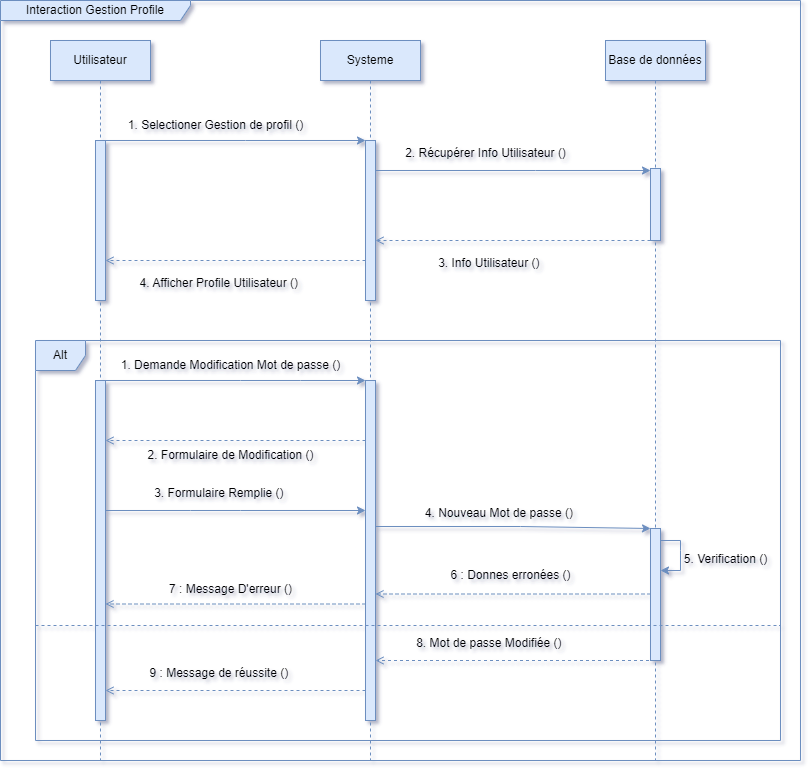
The draw.io diagram diagrammes/Diagramme Gestion Profile.drawio.png in AmineLadrem/Tracking-Containers, before a commit. Source tidied: cells renumbered, new cells last; positions are measured from the earlier drawing's top-left corner, leaving out a move shared by most shapes.
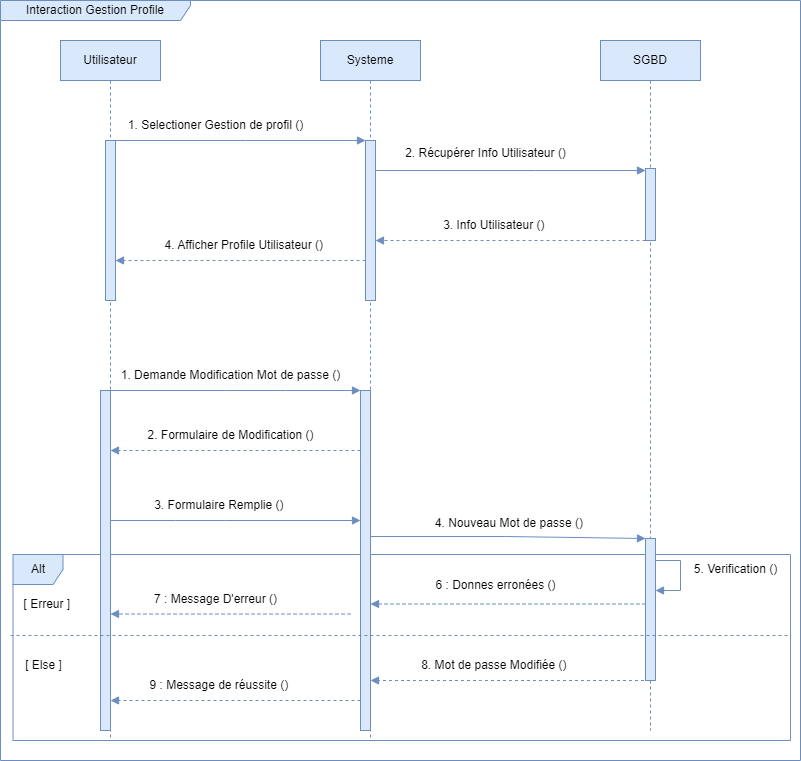
Above is the later version.

The edit, as a diff of the source:
```diff
@@ -9,37 +9,37 @@
       <mxGeometry x="115" y="110" width="200" height="30" as="geometry" />
     </mxCell>
     <mxCell id="4" value="3. Info Utilisateur ()&amp;nbsp;" style="text;html=1;align=center;verticalAlign=middle;strokeColor=none;fillColor=none;" parent="2" vertex="1">
-      <mxGeometry x="425" y="248" width="130" height="30" as="geometry" />
+      <mxGeometry x="430" y="210" width="130" height="30" as="geometry" />
     </mxCell>
     <mxCell id="5" value="4. Afficher Profile Utilisateur ()&amp;nbsp;" style="text;html=1;align=center;verticalAlign=middle;strokeColor=none;fillColor=none;" parent="2" vertex="1">
-      <mxGeometry x="125" y="268" width="190" height="30" as="geometry" />
+      <mxGeometry x="150" y="230" width="190" height="30" as="geometry" />
     </mxCell>
     <mxCell id="6" value="Utilisateur" style="shape=umlLifeline;perimeter=lifelinePerimeter;whiteSpace=wrap;html=1;newEdgeStyle={&quot;edgeStyle&quot;:&quot;elbowEdgeStyle&quot;,&quot;elbow&quot;:&quot;vertical&quot;,&quot;curved&quot;:0,&quot;rounded&quot;:0};fillColor=#dae8fc;strokeColor=#6c8ebf;" parent="2" vertex="1">
-      <mxGeometry x="50" y="40" width="100" height="720" as="geometry" />
+      <mxGeometry x="60" y="40" width="100" height="700" as="geometry" />
     </mxCell>
     <mxCell id="7" style="html=1;points=[];perimeter=orthogonalPerimeter;outlineConnect=0;targetShapes=umlLifeline;portConstraint=eastwest;newEdgeStyle={&quot;edgeStyle&quot;:&quot;elbowEdgeStyle&quot;,&quot;elbow&quot;:&quot;vertical&quot;,&quot;curved&quot;:0,&quot;rounded&quot;:0};fillColor=#dae8fc;strokeColor=#6c8ebf;" parent="6" vertex="1">
       <mxGeometry x="45" y="100" width="10" height="160" as="geometry" />
     </mxCell>
     <mxCell id="8" value="Systeme" style="shape=umlLifeline;perimeter=lifelinePerimeter;whiteSpace=wrap;html=1;newEdgeStyle={&quot;edgeStyle&quot;:&quot;elbowEdgeStyle&quot;,&quot;elbow&quot;:&quot;vertical&quot;,&quot;curved&quot;:0,&quot;rounded&quot;:0};fillColor=#dae8fc;strokeColor=#6c8ebf;" parent="2" vertex="1">
-      <mxGeometry x="320" y="40" width="100" height="720" as="geometry" />
+      <mxGeometry x="320" y="40" width="100" height="700" as="geometry" />
     </mxCell>
     <mxCell id="9" style="html=1;points=[];perimeter=orthogonalPerimeter;outlineConnect=0;targetShapes=umlLifeline;portConstraint=eastwest;newEdgeStyle={&quot;edgeStyle&quot;:&quot;elbowEdgeStyle&quot;,&quot;elbow&quot;:&quot;vertical&quot;,&quot;curved&quot;:0,&quot;rounded&quot;:0};fillColor=#dae8fc;strokeColor=#6c8ebf;" parent="8" vertex="1">
       <mxGeometry x="45" y="100" width="10" height="160" as="geometry" />
     </mxCell>
-    <mxCell id="10" value="Base de données" style="shape=umlLifeline;perimeter=lifelinePerimeter;whiteSpace=wrap;html=1;outlineConnect=0;portConstraint=eastwest;newEdgeStyle={&quot;edgeStyle&quot;:&quot;elbowEdgeStyle&quot;,&quot;elbow&quot;:&quot;vertical&quot;,&quot;curved&quot;:0,&quot;rounded&quot;:0};fillColor=#dae8fc;strokeColor=#6c8ebf;" parent="2" vertex="1">
-      <mxGeometry x="605" y="40" width="100" height="720" as="geometry" />
+    <mxCell id="10" value="SGBD" style="shape=umlLifeline;perimeter=lifelinePerimeter;whiteSpace=wrap;html=1;outlineConnect=0;portConstraint=eastwest;newEdgeStyle={&quot;edgeStyle&quot;:&quot;elbowEdgeStyle&quot;,&quot;elbow&quot;:&quot;vertical&quot;,&quot;curved&quot;:0,&quot;rounded&quot;:0};fillColor=#dae8fc;strokeColor=#6c8ebf;" parent="2" vertex="1">
+      <mxGeometry x="600" y="40" width="100" height="690" as="geometry" />
     </mxCell>
     <mxCell id="11" style="html=1;points=[];perimeter=orthogonalPerimeter;outlineConnect=0;targetShapes=umlLifeline;portConstraint=eastwest;newEdgeStyle={&quot;edgeStyle&quot;:&quot;elbowEdgeStyle&quot;,&quot;elbow&quot;:&quot;vertical&quot;,&quot;curved&quot;:0,&quot;rounded&quot;:0};fillColor=#dae8fc;strokeColor=#6c8ebf;" parent="10" vertex="1">
       <mxGeometry x="45" y="128" width="10" height="72" as="geometry" />
     </mxCell>
-    <mxCell id="12" style="edgeStyle=none;jettySize=auto;html=1;rounded=0;fillColor=#dae8fc;strokeColor=#6c8ebf;" parent="2" edge="1" source="7" target="9">
+    <mxCell id="12" style="edgeStyle=none;jettySize=auto;html=1;rounded=0;fillColor=#dae8fc;strokeColor=#6c8ebf;endArrow=block;endFill=1;" parent="2" edge="1" source="7" target="9">
       <mxGeometry relative="1" as="geometry">
         <Array as="points">
           <mxPoint x="245" y="140" />
         </Array>
       </mxGeometry>
     </mxCell>
-    <mxCell id="13" style="edgeStyle=none;jettySize=auto;html=1;rounded=0;fillColor=#dae8fc;strokeColor=#6c8ebf;" parent="2" edge="1" source="9" target="11">
+    <mxCell id="13" style="edgeStyle=none;jettySize=auto;html=1;rounded=0;fillColor=#dae8fc;strokeColor=#6c8ebf;endArrow=block;endFill=1;" parent="2" edge="1" source="9" target="11">
       <mxGeometry relative="1" as="geometry">
         <Array as="points">
           <mxPoint x="535" y="170" />
@@ -49,138 +49,141 @@
     <mxCell id="14" value="2. Récupérer Info Utilisateur ()" style="text;html=1;align=center;verticalAlign=middle;strokeColor=none;fillColor=none;" parent="2" vertex="1">
       <mxGeometry x="395" y="138" width="180" height="30" as="geometry" />
     </mxCell>
-    <mxCell id="15" style="edgeStyle=none;jettySize=auto;html=1;rounded=0;fillColor=#dae8fc;strokeColor=#6c8ebf;dashed=1;endArrow=open;endFill=0;" parent="2" edge="1" source="11" target="9">
+    <mxCell id="15" style="edgeStyle=none;jettySize=auto;html=1;rounded=0;fillColor=#dae8fc;strokeColor=#6c8ebf;dashed=1;endArrow=block;endFill=1;" parent="2" edge="1" source="11" target="9">
       <mxGeometry relative="1" as="geometry">
         <Array as="points">
           <mxPoint x="515" y="240" />
         </Array>
       </mxGeometry>
     </mxCell>
-    <mxCell id="16" style="edgeStyle=none;jettySize=auto;html=1;rounded=0;endArrow=open;endFill=0;dashed=1;fillColor=#dae8fc;strokeColor=#6c8ebf;" parent="2" edge="1" source="9" target="7">
+    <mxCell id="16" style="edgeStyle=none;jettySize=auto;html=1;rounded=0;endArrow=block;endFill=1;dashed=1;fillColor=#dae8fc;strokeColor=#6c8ebf;" parent="2" edge="1" source="9" target="7">
       <mxGeometry relative="1" as="geometry">
         <Array as="points">
           <mxPoint x="255" y="260" />
         </Array>
       </mxGeometry>
     </mxCell>
-    <mxCell id="17" value="Alt" style="shape=umlFrame;whiteSpace=wrap;html=1;width=50;fillColor=#dae8fc;strokeColor=#6c8ebf;" parent="1" vertex="1">
-      <mxGeometry x="35" y="340" width="745" height="400" as="geometry" />
+    <mxCell id="17" value="Alt" style="shape=umlFrame;whiteSpace=wrap;html=1;width=50;fillColor=#dae8fc;strokeColor=#6c8ebf;" parent="2" vertex="1">
+      <mxGeometry x="12.5" y="554" width="777.5" height="186" as="geometry" />
     </mxCell>
+    <mxCell id="38" style="edgeStyle=none;jettySize=auto;html=1;rounded=0;fillColor=#dae8fc;strokeColor=#6c8ebf;dashed=1;endArrow=block;endFill=1;" parent="2" edge="1" source="10" target="20">
+      <mxGeometry relative="1" as="geometry">
+        <Array as="points">
+          <mxPoint x="480" y="680" />
+        </Array>
+      </mxGeometry>
+    </mxCell>
-    <mxCell id="18" style="edgeStyle=orthogonalEdgeStyle;rounded=0;orthogonalLoop=1;jettySize=auto;html=1;exitX=0.5;exitY=1;exitDx=0;exitDy=0;" parent="17" edge="1">
+    <mxCell id="18" style="edgeStyle=orthogonalEdgeStyle;rounded=0;orthogonalLoop=1;jettySize=auto;html=1;exitX=0.5;exitY=1;exitDx=0;exitDy=0;" parent="2" edge="1">
       <mxGeometry relative="1" as="geometry">
-        <mxPoint x="85" as="sourcePoint" />
-        <mxPoint x="85" as="targetPoint" />
+        <mxPoint x="105" y="350" as="sourcePoint" />
+        <mxPoint x="105" y="350" as="targetPoint" />
       </mxGeometry>
     </mxCell>
-    <mxCell id="19" style="html=1;points=[];perimeter=orthogonalPerimeter;outlineConnect=0;targetShapes=umlLifeline;portConstraint=eastwest;newEdgeStyle={&quot;edgeStyle&quot;:&quot;elbowEdgeStyle&quot;,&quot;elbow&quot;:&quot;vertical&quot;,&quot;curved&quot;:0,&quot;rounded&quot;:0};fillColor=#dae8fc;strokeColor=#6c8ebf;" parent="17" vertex="1">
-      <mxGeometry x="60" y="40" width="10" height="340" as="geometry" />
+    <mxCell id="19" style="html=1;points=[];perimeter=orthogonalPerimeter;outlineConnect=0;targetShapes=umlLifeline;portConstraint=eastwest;newEdgeStyle={&quot;edgeStyle&quot;:&quot;elbowEdgeStyle&quot;,&quot;elbow&quot;:&quot;vertical&quot;,&quot;curved&quot;:0,&quot;rounded&quot;:0};fillColor=#dae8fc;strokeColor=#6c8ebf;" parent="2" vertex="1">
+      <mxGeometry x="100" y="390" width="10" height="340" as="geometry" />
     </mxCell>
-    <mxCell id="20" style="html=1;points=[];perimeter=orthogonalPerimeter;outlineConnect=0;targetShapes=umlLifeline;portConstraint=eastwest;newEdgeStyle={&quot;edgeStyle&quot;:&quot;elbowEdgeStyle&quot;,&quot;elbow&quot;:&quot;vertical&quot;,&quot;curved&quot;:0,&quot;rounded&quot;:0};fillColor=#dae8fc;strokeColor=#6c8ebf;" parent="17" vertex="1">
-      <mxGeometry x="330" y="40" width="10" height="340" as="geometry" />
+    <mxCell id="20" style="html=1;points=[];perimeter=orthogonalPerimeter;outlineConnect=0;targetShapes=umlLifeline;portConstraint=eastwest;newEdgeStyle={&quot;edgeStyle&quot;:&quot;elbowEdgeStyle&quot;,&quot;elbow&quot;:&quot;vertical&quot;,&quot;curved&quot;:0,&quot;rounded&quot;:0};fillColor=#dae8fc;strokeColor=#6c8ebf;" parent="2" vertex="1">
+      <mxGeometry x="360" y="390" width="10" height="340" as="geometry" />
     </mxCell>
-    <mxCell id="21" style="edgeStyle=none;jettySize=auto;html=1;rounded=0;fillColor=#dae8fc;strokeColor=#6c8ebf;" parent="17" edge="1" source="19" target="20">
+    <mxCell id="21" style="edgeStyle=none;jettySize=auto;html=1;rounded=0;fillColor=#dae8fc;strokeColor=#6c8ebf;endArrow=block;endFill=1;" parent="2" edge="1" source="19" target="20">
       <mxGeometry relative="1" as="geometry">
         <Array as="points">
-          <mxPoint x="205" y="40" />
-          <mxPoint x="265" y="40" />
+          <mxPoint x="225" y="390" />
+          <mxPoint x="285" y="390" />
         </Array>
       </mxGeometry>
     </mxCell>
-    <mxCell id="22" value="1. Demande Modification Mot de passe ()" style="text;html=1;align=center;verticalAlign=middle;strokeColor=none;fillColor=none;" parent="17" vertex="1">
-      <mxGeometry x="75" y="10" width="240" height="30" as="geometry" />
+    <mxCell id="22" value="1. Demande Modification Mot de passe ()" style="text;html=1;align=center;verticalAlign=middle;strokeColor=none;fillColor=none;" parent="2" vertex="1">
+      <mxGeometry x="110" y="360" width="240" height="30" as="geometry" />
     </mxCell>
-    <mxCell id="23" style="edgeStyle=none;jettySize=auto;html=1;rounded=0;fillColor=#dae8fc;strokeColor=#6c8ebf;endArrow=open;endFill=0;dashed=1;" parent="17" edge="1" source="20" target="19">
+    <mxCell id="23" style="edgeStyle=none;jettySize=auto;html=1;rounded=0;fillColor=#dae8fc;strokeColor=#6c8ebf;endArrow=block;endFill=1;dashed=1;" parent="2" edge="1" source="20" target="19">
       <mxGeometry relative="1" as="geometry">
         <Array as="points">
-          <mxPoint x="205" y="100" />
+          <mxPoint x="225" y="450" />
         </Array>
       </mxGeometry>
     </mxCell>
-    <mxCell id="24" value="2. Formulaire de Modification ()" style="text;html=1;align=center;verticalAlign=middle;strokeColor=none;fillColor=none;" parent="17" vertex="1">
-      <mxGeometry x="100" y="100" width="190" height="30" as="geometry" />
+    <mxCell id="24" value="2. Formulaire de Modification ()" style="text;html=1;align=center;verticalAlign=middle;strokeColor=none;fillColor=none;" parent="2" vertex="1">
+      <mxGeometry x="135" y="420" width="190" height="30" as="geometry" />
     </mxCell>
-    <mxCell id="25" style="html=1;points=[];perimeter=orthogonalPerimeter;outlineConnect=0;targetShapes=umlLifeline;portConstraint=eastwest;newEdgeStyle={&quot;edgeStyle&quot;:&quot;elbowEdgeStyle&quot;,&quot;elbow&quot;:&quot;vertical&quot;,&quot;curved&quot;:0,&quot;rounded&quot;:0};fillColor=#dae8fc;strokeColor=#6c8ebf;" parent="17" vertex="1">
-      <mxGeometry x="615" y="188" width="10" height="132" as="geometry" />
+    <mxCell id="25" style="html=1;points=[];perimeter=orthogonalPerimeter;outlineConnect=0;targetShapes=umlLifeline;portConstraint=eastwest;newEdgeStyle={&quot;edgeStyle&quot;:&quot;elbowEdgeStyle&quot;,&quot;elbow&quot;:&quot;vertical&quot;,&quot;curved&quot;:0,&quot;rounded&quot;:0};fillColor=#dae8fc;strokeColor=#6c8ebf;" parent="2" vertex="1">
+      <mxGeometry x="645" y="538" width="10" height="142" as="geometry" />
     </mxCell>
-    <mxCell id="26" style="edgeStyle=none;jettySize=auto;html=1;rounded=0;fillColor=#dae8fc;strokeColor=#6c8ebf;" parent="17" edge="1" source="19" target="20">
+    <mxCell id="26" style="edgeStyle=none;jettySize=auto;html=1;rounded=0;fillColor=#dae8fc;strokeColor=#6c8ebf;endArrow=block;endFill=1;" parent="2" edge="1" source="19" target="20">
       <mxGeometry relative="1" as="geometry">
         <Array as="points">
-          <mxPoint x="155" y="170" />
-          <mxPoint x="205" y="170" />
+          <mxPoint x="175" y="520" />
+          <mxPoint x="225" y="520" />
         </Array>
       </mxGeometry>
     </mxCell>
-    <mxCell id="27" style="line;strokeWidth=1;dashed=1;labelPosition=center;verticalLabelPosition=bottom;align=left;verticalAlign=top;spacingLeft=20;spacingTop=15;html=1;whiteSpace=wrap;fillColor=#dae8fc;strokeColor=#6c8ebf;" parent="17" vertex="1">
-      <mxGeometry y="280" width="745" height="10" as="geometry" />
+    <mxCell id="27" style="line;strokeWidth=1;dashed=1;labelPosition=center;verticalLabelPosition=bottom;align=left;verticalAlign=top;spacingLeft=20;spacingTop=15;html=1;whiteSpace=wrap;fillColor=#dae8fc;strokeColor=#6c8ebf;" parent="2" vertex="1">
+      <mxGeometry x="10" y="630" width="780" height="10" as="geometry" />
     </mxCell>
-    <mxCell id="28" style="edgeStyle=none;jettySize=auto;html=1;rounded=0;fillColor=#dae8fc;strokeColor=#6c8ebf;" parent="17" edge="1" source="20" target="25">
+    <mxCell id="28" style="edgeStyle=none;jettySize=auto;html=1;rounded=0;fillColor=#dae8fc;strokeColor=#6c8ebf;endArrow=block;endFill=1;" parent="2" edge="1" source="20" target="25">
       <mxGeometry relative="1" as="geometry">
         <Array as="points">
-          <mxPoint x="485" y="186" />
+          <mxPoint x="505" y="536" />
         </Array>
       </mxGeometry>
     </mxCell>
-    <mxCell id="29" style="edgeStyle=none;orthogonalLoop=1;jettySize=auto;html=1;rounded=0;fillColor=#dae8fc;strokeColor=#6c8ebf;" parent="17" edge="1" source="25" target="25">
-      <mxGeometry relative="1" as="geometry">
-        <Array as="points">
-          <mxPoint x="645" y="200" />
-          <mxPoint x="645" y="210" />
-          <mxPoint x="645" y="230" />
-          <mxPoint x="625" y="230" />
-        </Array>
-      </mxGeometry>
-    </mxCell>
-    <mxCell id="30" value="5. Verification ()" style="text;html=1;align=center;verticalAlign=middle;strokeColor=none;fillColor=none;" parent="17" vertex="1">
-      <mxGeometry x="635" y="204" width="110" height="30" as="geometry" />
+    <mxCell id="30" value="5. Verification ()" style="text;html=1;align=center;verticalAlign=middle;strokeColor=none;fillColor=none;" parent="2" vertex="1">
+      <mxGeometry x="680" y="554" width="110" height="30" as="geometry" />
     </mxCell>
-    <mxCell id="31" style="edgeStyle=none;orthogonalLoop=1;jettySize=auto;html=1;rounded=0;fillColor=#dae8fc;strokeColor=#6c8ebf;endArrow=open;endFill=0;dashed=1;" parent="17" edge="1">
+    <mxCell id="31" style="edgeStyle=none;jettySize=auto;html=1;rounded=0;fillColor=#dae8fc;strokeColor=#6c8ebf;endArrow=block;endFill=1;dashed=1;" parent="2" edge="1" source="25" target="20">
       <mxGeometry relative="1" as="geometry">
-        <mxPoint x="615" y="253.5" as="sourcePoint" />
-        <mxPoint x="340" y="253.5" as="targetPoint" />
         <Array as="points">
-          <mxPoint x="520" y="253.5" />
+          <mxPoint x="540" y="603.5" />
         </Array>
       </mxGeometry>
     </mxCell>
-    <mxCell id="32" value="6 : Donnes erronées ()" style="text;html=1;align=center;verticalAlign=middle;strokeColor=none;fillColor=none;" parent="17" vertex="1">
-      <mxGeometry x="405" y="220" width="140" height="30" as="geometry" />
+    <mxCell id="32" value="6 : Donnes erronées ()" style="text;html=1;align=center;verticalAlign=middle;strokeColor=none;fillColor=none;" parent="2" vertex="1">
+      <mxGeometry x="425" y="570" width="140" height="30" as="geometry" />
     </mxCell>
-    <mxCell id="33" value="7 : Message D'erreur ()" style="text;html=1;align=center;verticalAlign=middle;strokeColor=none;fillColor=none;" parent="17" vertex="1">
-      <mxGeometry x="120" y="234" width="150" height="30" as="geometry" />
+    <mxCell id="33" value="7 : Message D'erreur ()" style="text;html=1;align=center;verticalAlign=middle;strokeColor=none;fillColor=none;" parent="2" vertex="1">
+      <mxGeometry x="140" y="584" width="150" height="30" as="geometry" />
     </mxCell>
-    <mxCell id="34" style="edgeStyle=none;jettySize=auto;html=1;rounded=0;fillColor=#dae8fc;strokeColor=#6c8ebf;endArrow=open;endFill=0;dashed=1;" parent="17" edge="1" target="19">
+    <mxCell id="34" style="edgeStyle=none;jettySize=auto;html=1;rounded=0;fillColor=#dae8fc;strokeColor=#6c8ebf;endArrow=block;endFill=1;dashed=1;" parent="2" edge="1" target="19">
       <mxGeometry relative="1" as="geometry">
-        <mxPoint x="330" y="263.5" as="sourcePoint" />
+        <mxPoint x="350" y="613.5" as="sourcePoint" />
         <Array as="points">
-          <mxPoint x="235" y="263.5" />
+          <mxPoint x="255" y="613.5" />
         </Array>
       </mxGeometry>
     </mxCell>
-    <mxCell id="35" style="edgeStyle=none;jettySize=auto;html=1;rounded=0;fillColor=#dae8fc;strokeColor=#6c8ebf;endArrow=open;endFill=0;dashed=1;" parent="17" edge="1" source="20" target="19">
+    <mxCell id="35" style="edgeStyle=none;jettySize=auto;html=1;rounded=0;fillColor=#dae8fc;strokeColor=#6c8ebf;endArrow=block;endFill=1;dashed=1;" parent="2" edge="1" source="20" target="19">
       <mxGeometry relative="1" as="geometry">
         <Array as="points">
-          <mxPoint x="205" y="350" />
+          <mxPoint x="225" y="700" />
         </Array>
       </mxGeometry>
     </mxCell>
+    <mxCell id="29" style="edgeStyle=none;orthogonalLoop=1;jettySize=auto;html=1;rounded=0;endArrow=block;endFill=1;fillColor=#dae8fc;strokeColor=#6c8ebf;" parent="2" edge="1" source="25" target="25">
+      <mxGeometry relative="1" as="geometry">
+        <Array as="points">
+          <mxPoint x="680" y="560" />
+          <mxPoint x="680" y="590" />
+          <mxPoint x="660" y="590" />
+        </Array>
+      </mxGeometry>
+    </mxCell>
+    <mxCell id="41" value="[ Erreur ]&amp;nbsp;" style="text;html=1;align=center;verticalAlign=middle;strokeColor=none;fillColor=none;" parent="2" vertex="1">
+      <mxGeometry x="12.5" y="589" width="70" height="30" as="geometry" />
+    </mxCell>
+    <mxCell id="42" value="[ Else ]" style="text;html=1;align=center;verticalAlign=middle;strokeColor=none;fillColor=none;" parent="2" vertex="1">
+      <mxGeometry x="12.5" y="650" width="60" height="30" as="geometry" />
+    </mxCell>
-    <mxCell id="36" value="3. Formulaire Remplie ()&amp;nbsp;" style="text;html=1;align=center;verticalAlign=middle;strokeColor=none;fillColor=none;" parent="1" vertex="1">
-      <mxGeometry x="140" y="478" width="160" height="30" as="geometry" />
+    <mxCell id="36" value="3. Formulaire Remplie ()&amp;nbsp;" style="text;html=1;align=center;verticalAlign=middle;strokeColor=none;fillColor=none;" parent="2" vertex="1">
+      <mxGeometry x="140" y="490" width="160" height="30" as="geometry" />
     </mxCell>
-    <mxCell id="37" value="4. Nouveau Mot de passe ()&amp;nbsp;" style="text;html=1;align=center;verticalAlign=middle;strokeColor=none;fillColor=none;" parent="1" vertex="1">
-      <mxGeometry x="415" y="498" width="170" height="30" as="geometry" />
+    <mxCell id="37" value="4. Nouveau Mot de passe ()&amp;nbsp;" style="text;html=1;align=center;verticalAlign=middle;strokeColor=none;fillColor=none;" parent="2" vertex="1">
+      <mxGeometry x="425" y="508" width="170" height="30" as="geometry" />
     </mxCell>
-    <mxCell id="38" style="edgeStyle=none;jettySize=auto;html=1;rounded=0;fillColor=#dae8fc;strokeColor=#6c8ebf;dashed=1;endArrow=open;endFill=0;" parent="1" edge="1" source="10" target="20">
-      <mxGeometry relative="1" as="geometry">
-        <Array as="points">
-          <mxPoint x="480" y="660" />
-        </Array>
-      </mxGeometry>
-    </mxCell>
-    <mxCell id="39" value="8. Mot de passe Modifiée ()&amp;nbsp;" style="text;html=1;align=center;verticalAlign=middle;strokeColor=none;fillColor=none;" parent="1" vertex="1">
-      <mxGeometry x="405" y="628" width="170" height="30" as="geometry" />
+    <mxCell id="39" value="8. Mot de passe Modifiée ()&amp;nbsp;" style="text;html=1;align=center;verticalAlign=middle;strokeColor=none;fillColor=none;" parent="2" vertex="1">
+      <mxGeometry x="410" y="650" width="170" height="30" as="geometry" />
     </mxCell>
-    <mxCell id="40" value="9 : Message de réussite ()&amp;nbsp;" style="text;html=1;align=center;verticalAlign=middle;strokeColor=none;fillColor=none;" parent="1" vertex="1">
-      <mxGeometry x="135" y="658" width="170" height="30" as="geometry" />
+    <mxCell id="40" value="9 : Message de réussite ()&amp;nbsp;" style="text;html=1;align=center;verticalAlign=middle;strokeColor=none;fillColor=none;" parent="2" vertex="1">
+      <mxGeometry x="135" y="670" width="170" height="30" as="geometry" />
     </mxCell>
   </root>
 </mxGraphModel>
```
